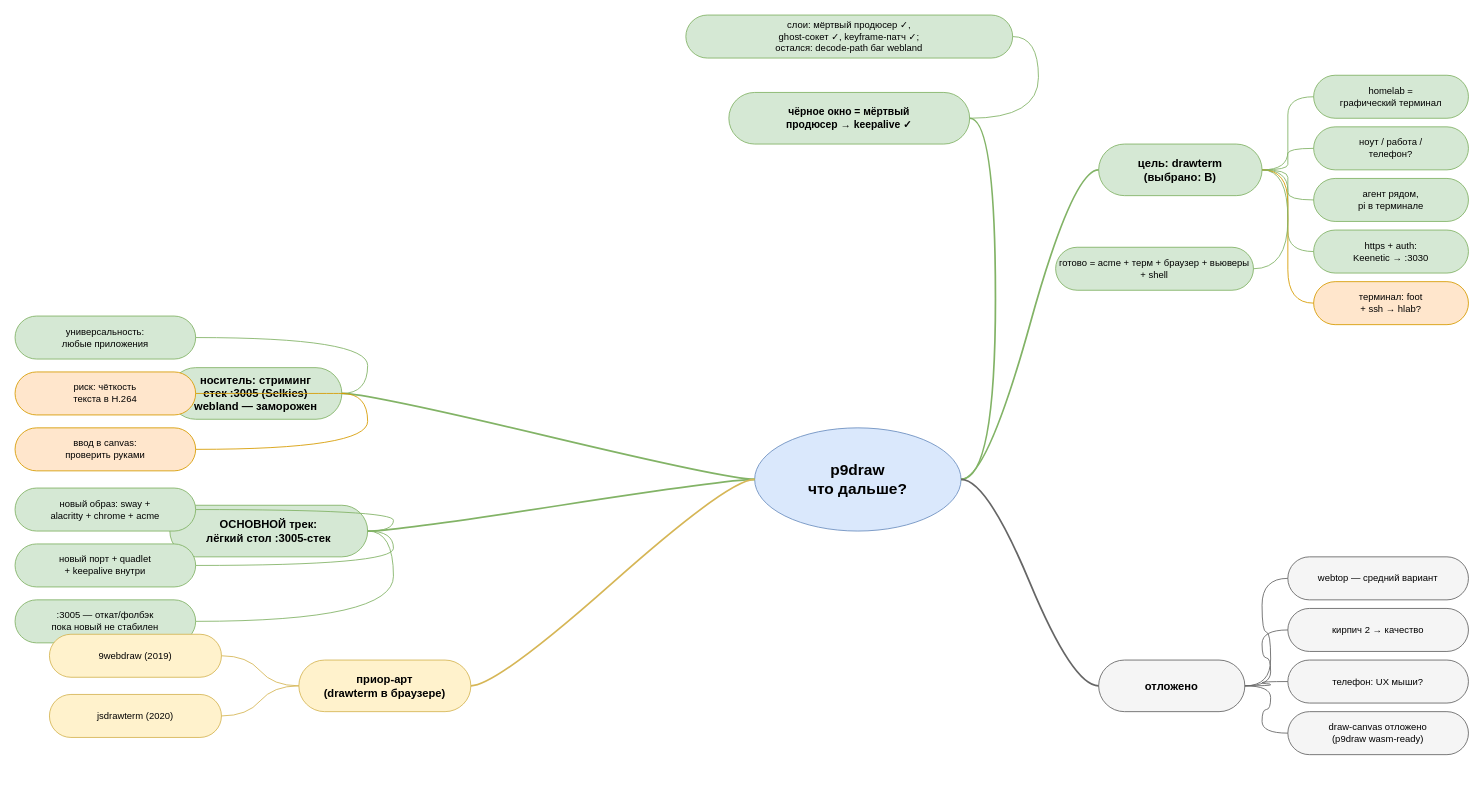
e4779/p9draw keeps this draw.io diagram as docs/grill/p9draw-plan.drawio. Above is the earlier version. Source tidied: cells renumbered, new cells numbered last; positions are measured from the earlier drawing's top-left corner, leaving out a move shared by most shapes. Both pictures are drawn from the tidied source at 86%, with x=0, y=0 at pixel (15, 15).
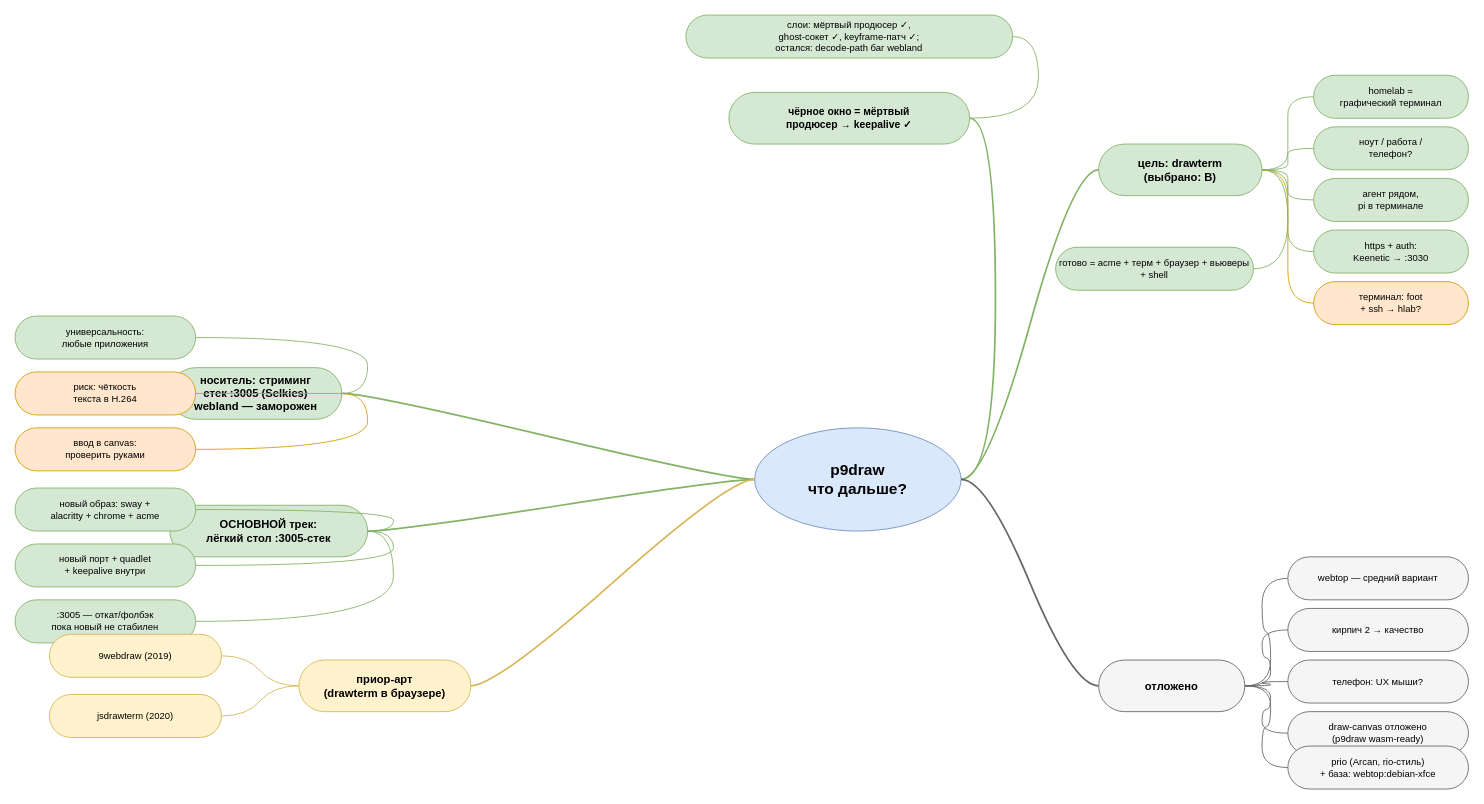
After the change.

Commit message:
docs(grill): base image webtop:debian-xfce found, prio/Arcan noted

Unchanged cells that the change refers to:
```xml
<mxCell id="27" value="отложено" style="rounded=1;arcSize=50;whiteSpace=wrap;html=1;fillColor=#f5f5f5;strokeColor=#666666;fontSize=13;fontStyle=1;" parent="1" vertex="1">
  <mxGeometry x="1260" y="750" width="170" height="60" as="geometry" />
</mxCell>
```

What changed in the source:
```diff
@@
+    <mxCell id="53" value="prio (Arcan, rio-стиль)&#10;+ база: webtop:debian-xfce" style="rounded=1;arcSize=50;whiteSpace=wrap;html=1;fillColor=#f5f5f5;strokeColor=#666666;fontSize=11;" parent="1" vertex="1">
+      <mxGeometry x="1480" y="850" width="210" height="50" as="geometry" />
+    </mxCell>
+    <mxCell id="54" style="edgeStyle=entityRelationEdgeStyle;curved=1;html=1;endArrow=none;strokeColor=#666666;strokeWidth=1;" parent="1" edge="1" source="27" target="53">
+      <mxGeometry relative="1" as="geometry" />
+    </mxCell>
```
